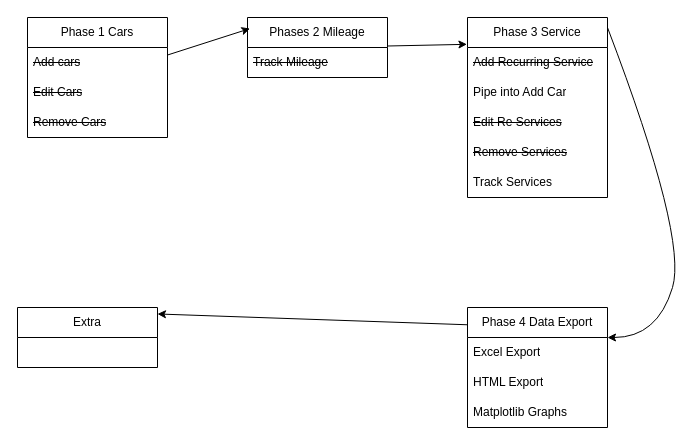
Earlier version of the draw.io diagram BluePrint/Phases.drawio (Danny-Erikson/MileageSnake). Source tidied: cells renumbered, new cells numbered last; positions are measured from the earlier drawing's top-left corner, leaving out a move shared by most shapes. Both pictures are drawn from the tidied source at 100%, with x=0, y=0 at pixel (17, 17).
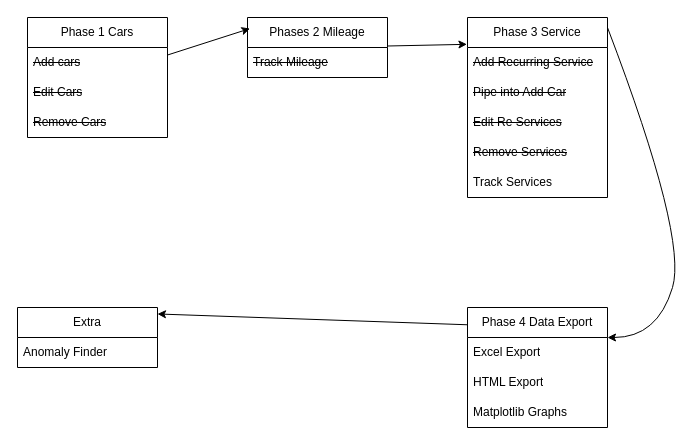
The same page after the edit.

The change refers to these unchanged cells:
```xml
<mxCell id="9" value="Phase 3 Service" style="swimlane;fontStyle=0;horizontal=1;startSize=30;whiteSpace=wrap;html=1;" parent="1" vertex="1">
  <mxGeometry x="450" width="140" height="180" as="geometry" />
</mxCell>
<mxCell id="21" value="Extra" style="swimlane;fontStyle=0;horizontal=1;startSize=30;whiteSpace=wrap;html=1;" parent="1" vertex="1">
  <mxGeometry y="290" width="140" height="60" as="geometry" />
</mxCell>
```

Change to the diagram source:
```diff
@@
-    <mxCell id="11" value="Pipe into Add Car" style="text;strokeColor=none;fillColor=none;align=left;verticalAlign=middle;spacingLeft=4;spacingRight=4;overflow=hidden;whiteSpace=wrap;html=1;" parent="9" vertex="1">
+    <mxCell id="11" value="&lt;strike&gt;Pipe into Add Car&lt;/strike&gt;" style="text;strokeColor=none;fillColor=none;align=left;verticalAlign=middle;spacingLeft=4;spacingRight=4;overflow=hidden;whiteSpace=wrap;html=1;" parent="9" vertex="1">
       <mxGeometry y="60" width="140" height="30" as="geometry" />
     </mxCell>
@@
+    <mxCell id="23" value="Anomaly Finder" style="text;strokeColor=none;fillColor=none;align=left;verticalAlign=middle;spacingLeft=4;spacingRight=4;overflow=hidden;whiteSpace=wrap;html=1;" parent="21" vertex="1">
+      <mxGeometry y="30" width="140" height="30" as="geometry" />
+    </mxCell>
```
